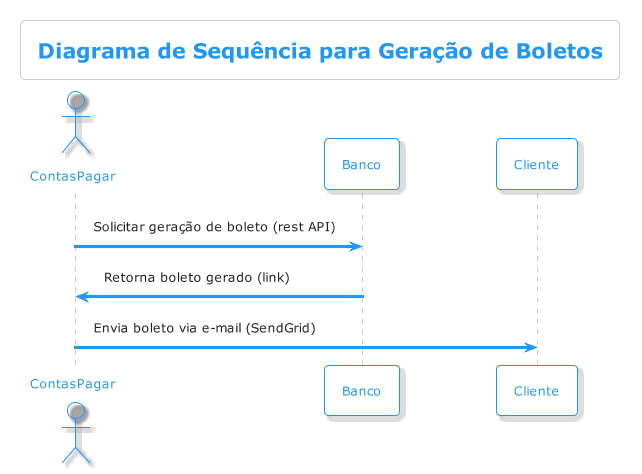
samoryfiotec/Editora keeps this PlantUML diagram as out/docs/Sequence_Geracao/DiagramaSequencia.png. Above is the earlier version.
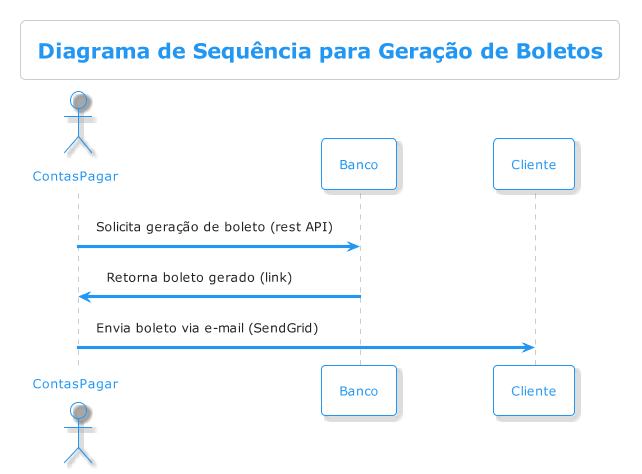
After the commit.

Commit message:
Remove outdated sequence diagram for boleto creation and update generation diagram; add new sequence diagram for boleto generation B.

Diff of the diagram source:
```diff
@@ -4,7 +4,7 @@
 actor       ContasPagar  as conta
 participant       Banco         as banco
 participant       Cliente       as cliente
-conta -> banco : Solicitar geração de boleto (rest API)
+conta -> banco : Solicita geração de boleto (rest API)
 banco -> conta : Retorna boleto gerado (link)
 conta -> cliente : Envia boleto via e-mail (SendGrid)
 
```
